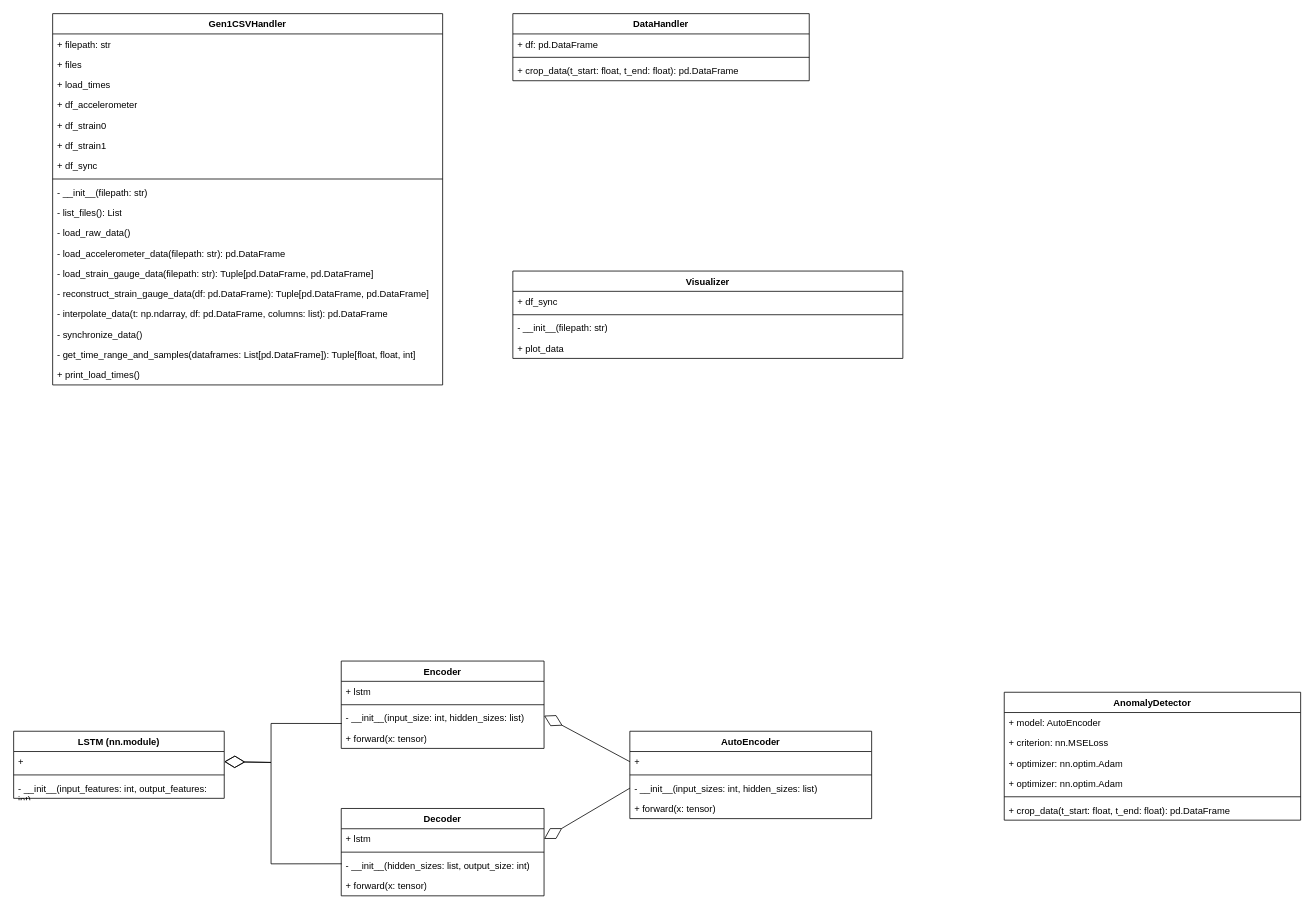
YaolinGe/AI keeps this draw.io diagram as deeplearningwithpytorch/practice/eda/ML.drawio. Above is the earlier version. Source tidied: cells renumbered, new cells numbered last; positions are measured from the earlier drawing's top-left corner, leaving out a move shared by most shapes. Both pictures are drawn from the tidied source at 78%, with x=0, y=0 at pixel (13, 13).
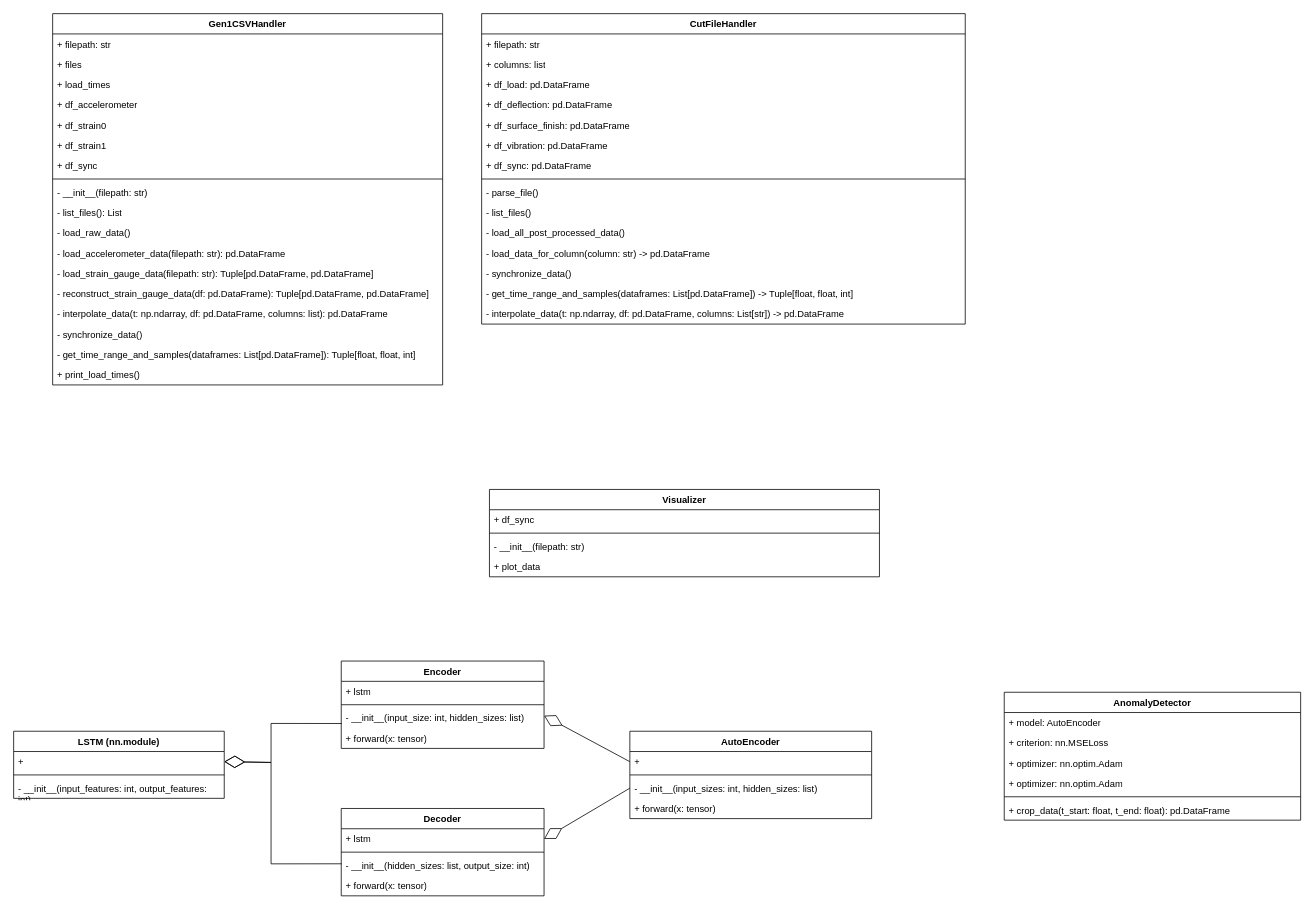
Above is the later version.

Change to the diagram source:
```diff
@@
-    <mxCell id="21" value="DataHandler" style="swimlane;fontStyle=1;align=center;verticalAlign=top;horizontal=1;startSize=26;whiteSpace=wrap;html=1;" parent="1" vertex="1">
-      <mxGeometry x="640" width="380" height="86" as="geometry" />
+    <mxCell id="21" value="CutFileHandler" style="swimlane;fontStyle=1;align=center;verticalAlign=top;horizontal=1;startSize=26;whiteSpace=wrap;html=1;" parent="1" vertex="1">
+      <mxGeometry x="600" width="620" height="398" as="geometry" />
     </mxCell>
-    <mxCell id="22" value="+ df: pd.DataFrame" style="text;strokeColor=none;fillColor=none;align=left;verticalAlign=top;spacingLeft=4;spacingRight=4;overflow=hidden;whiteSpace=wrap;html=1;" parent="21" vertex="1">
-      <mxGeometry y="26" width="380" height="26" as="geometry" />
+    <mxCell id="22" value="+ filepath: str" style="text;strokeColor=none;fillColor=none;align=left;verticalAlign=top;spacingLeft=4;spacingRight=4;overflow=hidden;whiteSpace=wrap;html=1;" parent="21" vertex="1">
+      <mxGeometry y="26" width="620" height="26" as="geometry" />
     </mxCell>
+    <mxCell id="60" value="+ columns: list" style="text;strokeColor=none;fillColor=none;align=left;verticalAlign=top;spacingLeft=4;spacingRight=4;overflow=hidden;whiteSpace=wrap;html=1;" parent="21" vertex="1">
+      <mxGeometry y="52" width="620" height="26" as="geometry" />
+    </mxCell>
+    <mxCell id="61" value="+ df_load: pd.DataFrame" style="text;strokeColor=none;fillColor=none;align=left;verticalAlign=top;spacingLeft=4;spacingRight=4;overflow=hidden;whiteSpace=wrap;html=1;" parent="21" vertex="1">
+      <mxGeometry y="78" width="620" height="26" as="geometry" />
+    </mxCell>
+    <mxCell id="62" value="+ df_deflection: pd.DataFrame" style="text;strokeColor=none;fillColor=none;align=left;verticalAlign=top;spacingLeft=4;spacingRight=4;overflow=hidden;whiteSpace=wrap;html=1;" parent="21" vertex="1">
+      <mxGeometry y="104" width="620" height="26" as="geometry" />
+    </mxCell>
+    <mxCell id="63" value="+ df_surface_finish: pd.DataFrame" style="text;strokeColor=none;fillColor=none;align=left;verticalAlign=top;spacingLeft=4;spacingRight=4;overflow=hidden;whiteSpace=wrap;html=1;" parent="21" vertex="1">
+      <mxGeometry y="130" width="620" height="26" as="geometry" />
+    </mxCell>
+    <mxCell id="64" value="+ df_vibration: pd.DataFrame" style="text;strokeColor=none;fillColor=none;align=left;verticalAlign=top;spacingLeft=4;spacingRight=4;overflow=hidden;whiteSpace=wrap;html=1;" parent="21" vertex="1">
+      <mxGeometry y="156" width="620" height="26" as="geometry" />
+    </mxCell>
+    <mxCell id="65" value="+ df_sync: pd.DataFrame" style="text;strokeColor=none;fillColor=none;align=left;verticalAlign=top;spacingLeft=4;spacingRight=4;overflow=hidden;whiteSpace=wrap;html=1;" parent="21" vertex="1">
+      <mxGeometry y="182" width="620" height="26" as="geometry" />
+    </mxCell>
     <mxCell id="23" style="line;strokeWidth=1;fillColor=none;align=left;verticalAlign=middle;spacingTop=-1;spacingLeft=3;spacingRight=3;labelPosition=right;strokeColor=inherit;" parent="21" vertex="1">
-      <mxGeometry y="52" width="380" height="8" as="geometry" />
+      <mxGeometry y="208" width="620" height="8" as="geometry" />
     </mxCell>
-    <mxCell id="24" value="+ crop_data(t_start: float, t_end: float): pd.DataFrame" style="text;strokeColor=none;fillColor=none;align=left;verticalAlign=top;spacingLeft=4;spacingRight=4;overflow=hidden;whiteSpace=wrap;html=1;" parent="21" vertex="1">
-      <mxGeometry y="60" width="380" height="26" as="geometry" />
+    <mxCell id="24" value="- parse_file()" style="text;strokeColor=none;fillColor=none;align=left;verticalAlign=top;spacingLeft=4;spacingRight=4;overflow=hidden;whiteSpace=wrap;html=1;" parent="21" vertex="1">
+      <mxGeometry y="216" width="620" height="26" as="geometry" />
     </mxCell>
+    <mxCell id="66" value="- list_files()" style="text;strokeColor=none;fillColor=none;align=left;verticalAlign=top;spacingLeft=4;spacingRight=4;overflow=hidden;whiteSpace=wrap;html=1;" parent="21" vertex="1">
+      <mxGeometry y="242" width="620" height="26" as="geometry" />
+    </mxCell>
+    <mxCell id="67" value="- load_all_post_processed_data()" style="text;strokeColor=none;fillColor=none;align=left;verticalAlign=top;spacingLeft=4;spacingRight=4;overflow=hidden;whiteSpace=wrap;html=1;" parent="21" vertex="1">
+      <mxGeometry y="268" width="620" height="26" as="geometry" />
+    </mxCell>
+    <mxCell id="68" value="- load_data_for_column(column: str) -&amp;gt; pd.DataFrame" style="text;strokeColor=none;fillColor=none;align=left;verticalAlign=top;spacingLeft=4;spacingRight=4;overflow=hidden;whiteSpace=wrap;html=1;" parent="21" vertex="1">
+      <mxGeometry y="294" width="620" height="26" as="geometry" />
+    </mxCell>
+    <mxCell id="69" value="- synchronize_data()" style="text;strokeColor=none;fillColor=none;align=left;verticalAlign=top;spacingLeft=4;spacingRight=4;overflow=hidden;whiteSpace=wrap;html=1;" parent="21" vertex="1">
+      <mxGeometry y="320" width="620" height="26" as="geometry" />
+    </mxCell>
+    <mxCell id="70" value="- get_time_range_and_samples(dataframes: List[pd.DataFrame]) -&amp;gt; Tuple[float, float, int]" style="text;strokeColor=none;fillColor=none;align=left;verticalAlign=top;spacingLeft=4;spacingRight=4;overflow=hidden;whiteSpace=wrap;html=1;" parent="21" vertex="1">
+      <mxGeometry y="346" width="620" height="26" as="geometry" />
+    </mxCell>
+    <mxCell id="71" value="- interpolate_data(t: np.ndarray, df: pd.DataFrame, columns: List[str]) -&amp;gt; pd.DataFrame" style="text;strokeColor=none;fillColor=none;align=left;verticalAlign=top;spacingLeft=4;spacingRight=4;overflow=hidden;whiteSpace=wrap;html=1;" parent="21" vertex="1">
+      <mxGeometry y="372" width="620" height="26" as="geometry" />
+    </mxCell>
@@
     <mxCell id="32" value="Visualizer" style="swimlane;fontStyle=1;align=center;verticalAlign=top;horizontal=1;startSize=26;whiteSpace=wrap;html=1;" parent="1" vertex="1">
-      <mxGeometry x="640" y="330" width="500" height="112" as="geometry" />
+      <mxGeometry x="610" y="610" width="500" height="112" as="geometry" />
     </mxCell>
```
